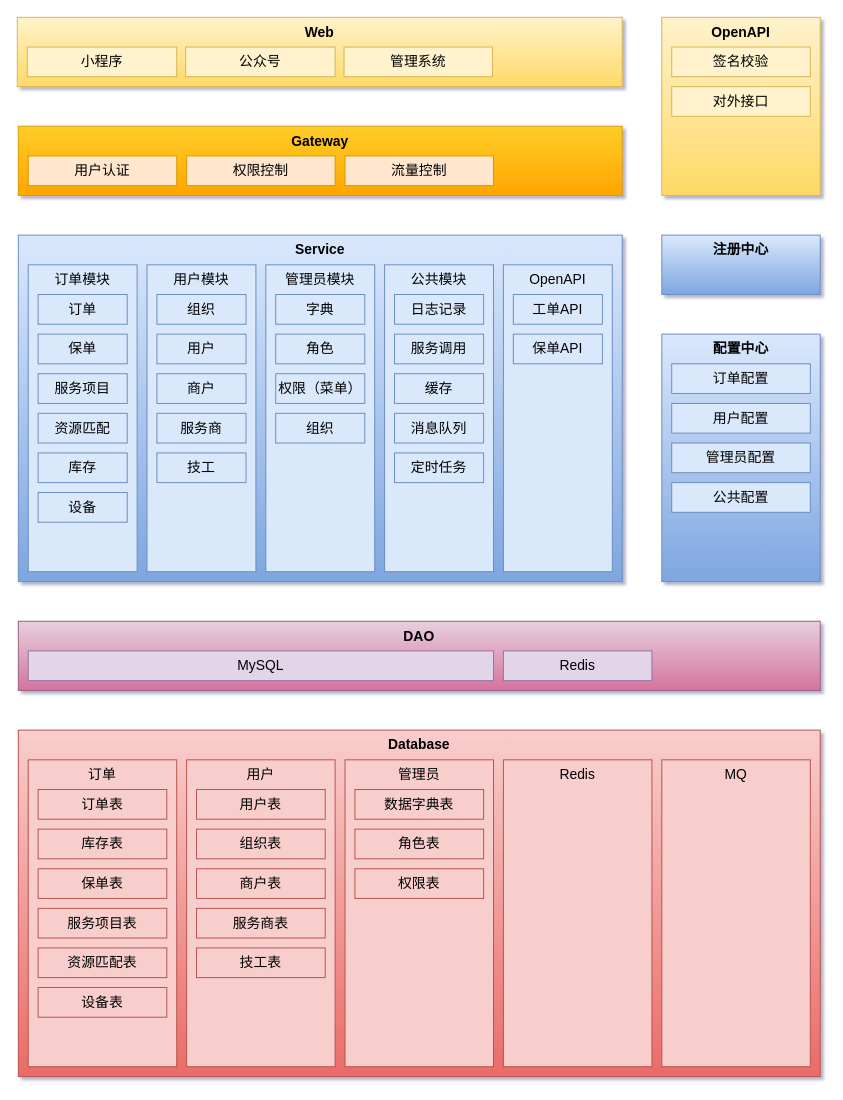
Woobhurk/tyz-pic-repo keeps this draw.io diagram as architecture-bao_huo_gan.drawio. Above is the earlier version. Source tidied: cells renumbered, new cells numbered last; positions are measured from the earlier drawing's top-left corner, leaving out a move shared by most shapes. Both pictures are drawn from the tidied source at 99%, with x=0, y=0 at pixel (17, 17).
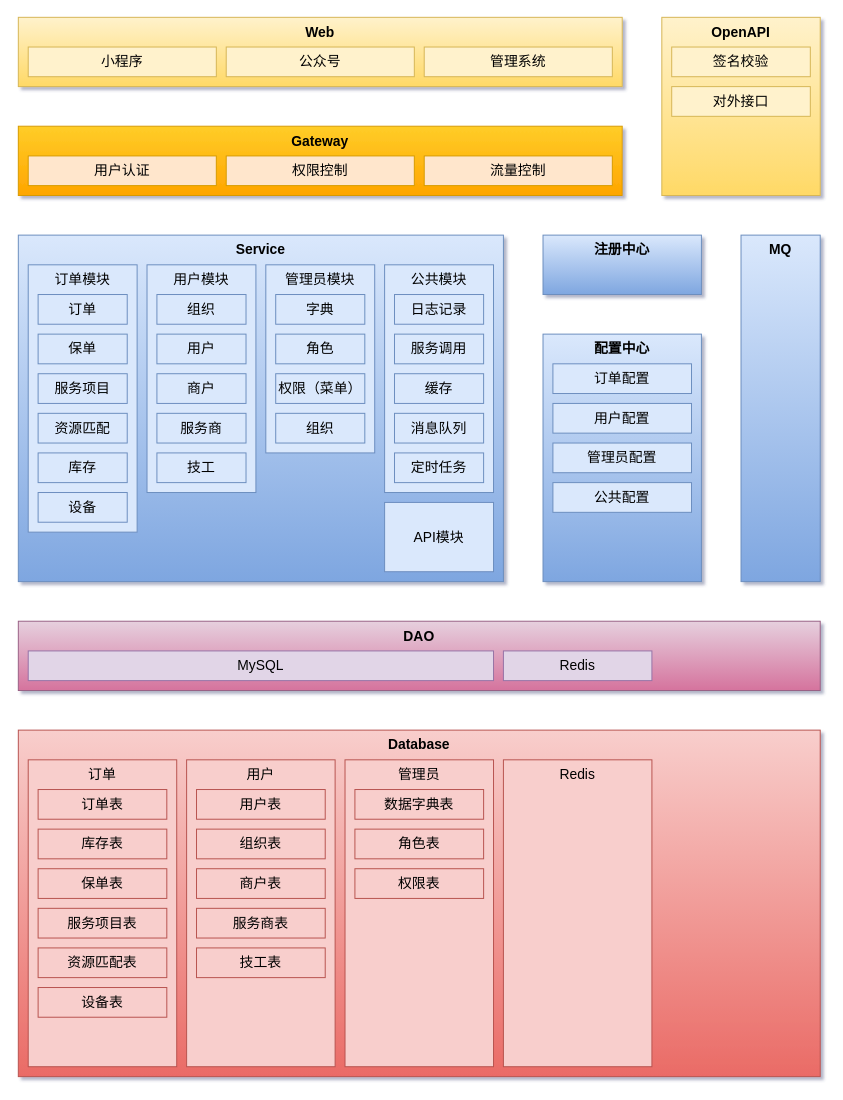
The same page after the edit.

What changed in the source:
```diff
@@
     <mxCell id="4" value="Service" style="text;html=1;strokeColor=#6c8ebf;align=center;verticalAlign=top;whiteSpace=wrap;rounded=0;sketch=0;fontSize=14;fontStyle=1;gradientColor=#7ea6e0;fillColor=#dae8fc;perimeterSpacing=0;glass=0;shadow=0;" parent="1" vertex="1">
-      <mxGeometry x="1" y="220" width="610" height="350" as="geometry" />
+      <mxGeometry x="1" y="220" width="490" height="350" as="geometry" />
     </mxCell>
@@
     <mxCell id="7" value="订单模块" style="rounded=0;whiteSpace=wrap;html=1;sketch=0;fontSize=14;align=center;strokeColor=#6c8ebf;labelPosition=center;verticalLabelPosition=middle;verticalAlign=top;fillColor=#dae8fc;fontStyle=0;perimeterSpacing=0;glass=0;shadow=0;" parent="1" vertex="1">
-      <mxGeometry x="11" y="250" width="110" height="310" as="geometry" />
+      <mxGeometry x="11" y="250" width="110" height="270" as="geometry" />
     </mxCell>
     <mxCell id="8" value="用户模块" style="rounded=0;whiteSpace=wrap;html=1;sketch=0;fontSize=14;align=center;strokeColor=#6c8ebf;labelPosition=center;verticalLabelPosition=middle;verticalAlign=top;fillColor=#dae8fc;fontStyle=0;perimeterSpacing=0;glass=0;shadow=0;" parent="1" vertex="1">
-      <mxGeometry x="131" y="250" width="110" height="310" as="geometry" />
+      <mxGeometry x="131" y="250" width="110" height="230" as="geometry" />
     </mxCell>
     <mxCell id="9" value="管理员模块" style="rounded=0;whiteSpace=wrap;html=1;sketch=0;fontSize=14;align=center;strokeColor=#6c8ebf;labelPosition=center;verticalLabelPosition=middle;verticalAlign=top;fillColor=#dae8fc;fontStyle=0;perimeterSpacing=0;glass=0;shadow=0;" parent="1" vertex="1">
-      <mxGeometry x="251" y="250" width="110" height="310" as="geometry" />
+      <mxGeometry x="251" y="250" width="110" height="190" as="geometry" />
     </mxCell>
     <mxCell id="10" value="公共模块" style="rounded=0;whiteSpace=wrap;html=1;sketch=0;fontSize=14;align=center;strokeColor=#6c8ebf;labelPosition=center;verticalLabelPosition=middle;verticalAlign=top;fillColor=#dae8fc;fontStyle=0;perimeterSpacing=0;glass=0;shadow=0;" parent="1" vertex="1">
-      <mxGeometry x="371" y="250" width="110" height="310" as="geometry" />
+      <mxGeometry x="371" y="250" width="110" height="230" as="geometry" />
     </mxCell>
-    <mxCell id="11" value="OpenAPI" style="rounded=0;whiteSpace=wrap;html=1;sketch=0;fontSize=14;align=center;labelPosition=center;verticalLabelPosition=middle;verticalAlign=top;fontStyle=0;fillColor=#dae8fc;strokeColor=#6c8ebf;perimeterSpacing=0;glass=0;shadow=0;" parent="1" vertex="1">
-      <mxGeometry x="491" y="250" width="110" height="310" as="geometry" />
+    <mxCell id="11" value="API模块" style="rounded=0;whiteSpace=wrap;html=1;sketch=0;fontSize=14;align=center;labelPosition=center;verticalLabelPosition=middle;verticalAlign=middle;fontStyle=0;fillColor=#dae8fc;strokeColor=#6c8ebf;perimeterSpacing=0;glass=0;shadow=0;" parent="1" vertex="1">
+      <mxGeometry x="371" y="490" width="110" height="70" as="geometry" />
     </mxCell>
@@
-    <mxCell id="31" value="MQ" style="rounded=0;whiteSpace=wrap;html=1;sketch=0;fontSize=14;align=center;strokeColor=#b85450;fillColor=#f8cecc;verticalAlign=top;perimeterSpacing=0;glass=0;shadow=0;" parent="1" vertex="1">
-      <mxGeometry x="651" y="750" width="150" height="310" as="geometry" />
-    </mxCell>
@@
-    <mxCell id="54" value="工单API" style="rounded=0;whiteSpace=wrap;html=1;sketch=0;fontSize=14;align=center;strokeColor=#6c8ebf;fillColor=#dae8fc;perimeterSpacing=0;glass=0;shadow=0;" parent="1" vertex="1">
-      <mxGeometry x="501" y="280" width="90" height="30" as="geometry" />
-    </mxCell>
-    <mxCell id="55" value="保单API" style="rounded=0;whiteSpace=wrap;html=1;sketch=0;fontSize=14;align=center;strokeColor=#6c8ebf;fillColor=#dae8fc;perimeterSpacing=0;glass=0;shadow=0;" parent="1" vertex="1">
-      <mxGeometry x="501" y="320" width="90" height="30" as="geometry" />
-    </mxCell>
     <mxCell id="56" value="Web" style="text;html=1;strokeColor=#d6b656;align=center;verticalAlign=top;whiteSpace=wrap;rounded=0;sketch=0;fontSize=14;fontStyle=1;gradientColor=#ffd966;fillColor=#fff2cc;perimeterSpacing=0;glass=0;shadow=0;" parent="1" vertex="1">
-      <mxGeometry width="611" height="70" as="geometry" />
+      <mxGeometry x="1" width="610" height="70" as="geometry" />
     </mxCell>
     <mxCell id="57" value="小程序" style="rounded=0;whiteSpace=wrap;html=1;sketch=0;fontSize=14;align=center;strokeColor=#d6b656;verticalAlign=top;fillColor=#fff2cc;perimeterSpacing=0;glass=0;shadow=0;" parent="1" vertex="1">
-      <mxGeometry x="10" y="30" width="151" height="30" as="geometry" />
+      <mxGeometry x="11" y="30" width="190" height="30" as="geometry" />
     </mxCell>
     <mxCell id="58" value="管理系统" style="rounded=0;whiteSpace=wrap;html=1;sketch=0;fontSize=14;align=center;strokeColor=#d6b656;verticalAlign=top;fillColor=#fff2cc;perimeterSpacing=0;glass=0;shadow=0;" parent="1" vertex="1">
-      <mxGeometry x="330" y="30" width="150" height="30" as="geometry" />
+      <mxGeometry x="411" y="30" width="190" height="30" as="geometry" />
     </mxCell>
@@
     <mxCell id="60" value="公众号" style="rounded=0;whiteSpace=wrap;html=1;sketch=0;fontSize=14;align=center;strokeColor=#d6b656;verticalAlign=top;fillColor=#fff2cc;perimeterSpacing=0;glass=0;shadow=0;" parent="1" vertex="1">
-      <mxGeometry x="170" y="30" width="151" height="30" as="geometry" />
+      <mxGeometry x="211" y="30" width="190" height="30" as="geometry" />
     </mxCell>
     <mxCell id="61" value="权限控制" style="rounded=0;whiteSpace=wrap;html=1;sketch=0;fontSize=14;align=center;strokeColor=#d79b00;fillColor=#ffe6cc;perimeterSpacing=0;glass=0;shadow=0;" parent="1" vertex="1">
-      <mxGeometry x="171" y="140" width="150" height="30" as="geometry" />
+      <mxGeometry x="211" y="140" width="190" height="30" as="geometry" />
     </mxCell>
     <mxCell id="62" value="流量控制" style="rounded=0;whiteSpace=wrap;html=1;sketch=0;fontSize=14;align=center;strokeColor=#d79b00;fillColor=#ffe6cc;perimeterSpacing=0;glass=0;shadow=0;" parent="1" vertex="1">
-      <mxGeometry x="331" y="140" width="150" height="30" as="geometry" />
+      <mxGeometry x="411" y="140" width="190" height="30" as="geometry" />
     </mxCell>
     <mxCell id="63" value="用户认证" style="rounded=0;whiteSpace=wrap;html=1;sketch=0;fontSize=14;align=center;strokeColor=#d79b00;fillColor=#ffe6cc;perimeterSpacing=0;glass=0;shadow=0;" parent="1" vertex="1">
-      <mxGeometry x="11" y="140" width="150" height="30" as="geometry" />
+      <mxGeometry x="11" y="140" width="190" height="30" as="geometry" />
     </mxCell>
     <mxCell id="64" value="注册中心" style="rounded=0;whiteSpace=wrap;html=1;fillColor=#dae8fc;strokeColor=#6c8ebf;fontStyle=1;fontSize=14;verticalAlign=top;gradientColor=#7ea6e0;sketch=0;" parent="1" vertex="1">
-      <mxGeometry x="651" y="220" width="160" height="60" as="geometry" />
+      <mxGeometry x="531" y="220" width="160" height="60" as="geometry" />
     </mxCell>
     <mxCell id="65" value="配置中心" style="rounded=0;whiteSpace=wrap;html=1;fillColor=#dae8fc;strokeColor=#6c8ebf;fontStyle=1;fontSize=14;verticalAlign=top;gradientColor=#7ea6e0;sketch=0;" parent="1" vertex="1">
-      <mxGeometry x="651" y="320" width="160" height="250" as="geometry" />
+      <mxGeometry x="531" y="320" width="160" height="250" as="geometry" />
     </mxCell>
     <mxCell id="66" value="订单配置" style="rounded=0;whiteSpace=wrap;html=1;sketch=0;fontSize=14;align=center;strokeColor=#6c8ebf;fillColor=#dae8fc;perimeterSpacing=0;glass=0;shadow=0;" parent="1" vertex="1">
-      <mxGeometry x="661" y="350" width="140" height="30" as="geometry" />
+      <mxGeometry x="541" y="350" width="140" height="30" as="geometry" />
     </mxCell>
     <mxCell id="67" value="用户配置" style="rounded=0;whiteSpace=wrap;html=1;sketch=0;fontSize=14;align=center;strokeColor=#6c8ebf;fillColor=#dae8fc;perimeterSpacing=0;glass=0;shadow=0;" parent="1" vertex="1">
-      <mxGeometry x="661" y="390" width="140" height="30" as="geometry" />
+      <mxGeometry x="541" y="390" width="140" height="30" as="geometry" />
     </mxCell>
     <mxCell id="68" value="公共配置" style="rounded=0;whiteSpace=wrap;html=1;sketch=0;fontSize=14;align=center;strokeColor=#6c8ebf;fillColor=#dae8fc;perimeterSpacing=0;glass=0;shadow=0;" parent="1" vertex="1">
-      <mxGeometry x="661" y="470" width="140" height="30" as="geometry" />
+      <mxGeometry x="541" y="470" width="140" height="30" as="geometry" />
     </mxCell>
     <mxCell id="69" value="管理员配置" style="rounded=0;whiteSpace=wrap;html=1;sketch=0;fontSize=14;align=center;strokeColor=#6c8ebf;fillColor=#dae8fc;perimeterSpacing=0;glass=0;shadow=0;" parent="1" vertex="1">
-      <mxGeometry x="661" y="430" width="140" height="30" as="geometry" />
+      <mxGeometry x="541" y="430" width="140" height="30" as="geometry" />
     </mxCell>
+    <mxCell id="31" value="MQ" style="rounded=0;whiteSpace=wrap;html=1;sketch=0;fontSize=14;align=center;strokeColor=#6c8ebf;fillColor=#dae8fc;verticalAlign=top;perimeterSpacing=0;glass=0;shadow=0;gradientColor=#7ea6e0;fontStyle=1;" parent="1" vertex="1">
+      <mxGeometry x="731" y="220" width="80" height="350" as="geometry" />
+    </mxCell>
```
